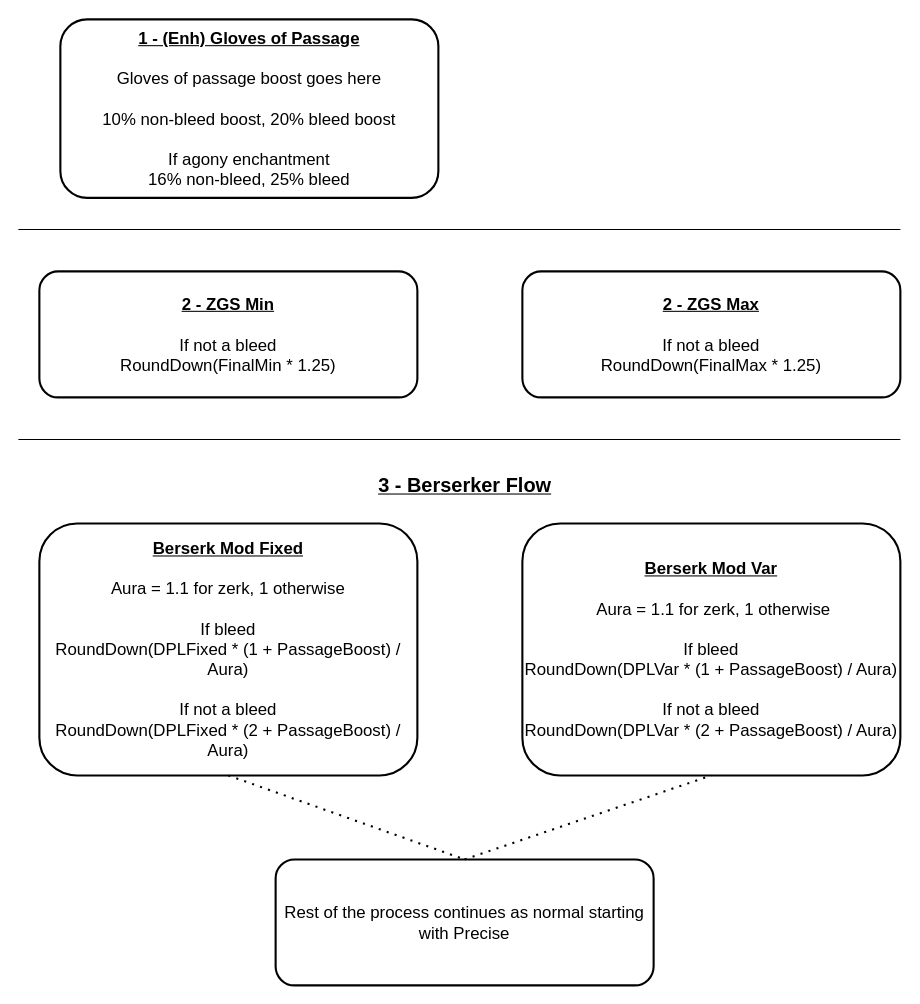
The draw.io diagram page "MeleeSpecifics" (4 of 7) of RS3BossingLogDiagrams/AbilityTab/AbililtyFlowDiagrams.drawio in Xau-Tech/RuneScapeBossLogTool, before the edit. Source tidied: cells renumbered, new cells numbered last; positions are measured from the earlier drawing's top-left corner, leaving out a move shared by most shapes. Both pictures are drawn from the tidied source at 105%, with x=0, y=0 at pixel (18, 19).
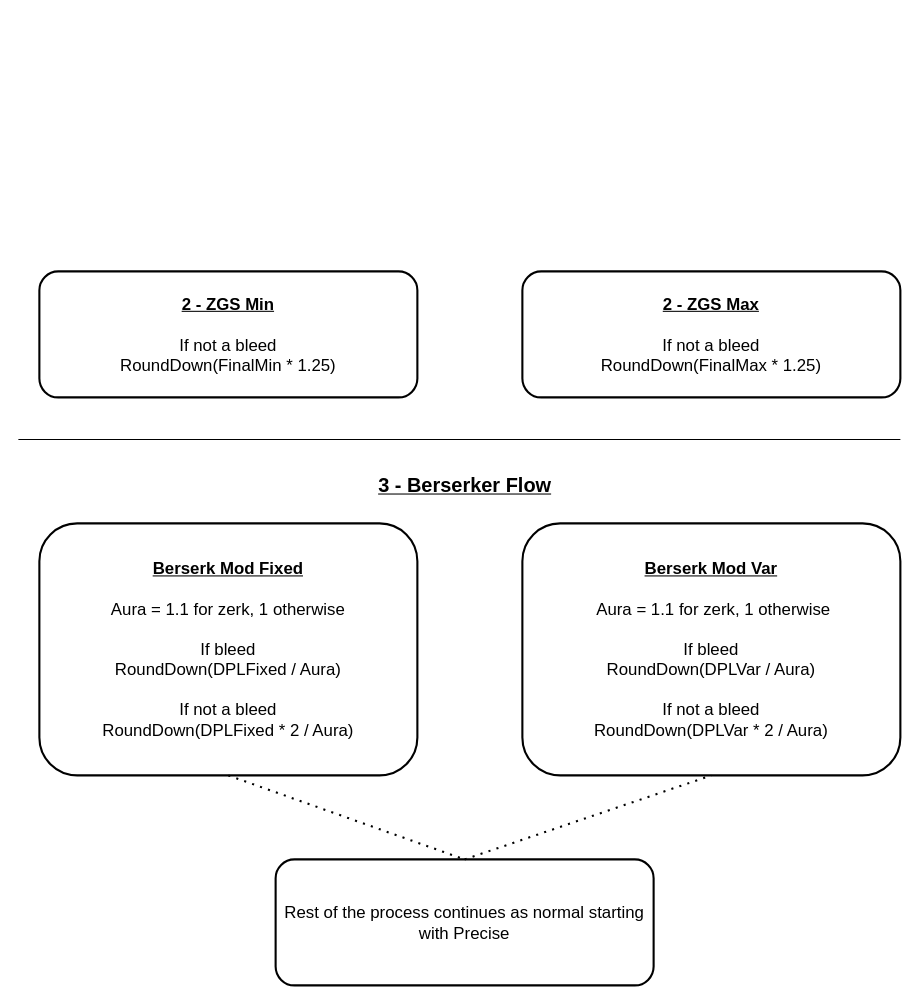
The same diagram, later.

What changed in the source:
```diff
@@
 <mxGraphModel>
   <root>
     <mxCell id="0" />
     <mxCell id="1" parent="0" />
-    <mxCell id="2" value="&lt;u style=&quot;font-weight: bold;&quot;&gt;1 - (Enh) Gloves of Passage&lt;/u&gt;&lt;br&gt;&lt;br&gt;Gloves of passage boost goes here&lt;br&gt;&lt;br&gt;10% non-bleed boost, 20% bleed boost&lt;br&gt;&lt;br&gt;If agony enchantment&lt;br&gt;16% non-bleed, 25% bleed" style="text;html=1;strokeColor=default;fillColor=none;align=center;verticalAlign=middle;whiteSpace=wrap;rounded=1;strokeWidth=2;glass=0;fontSize=16;" parent="1" vertex="1">
-      <mxGeometry x="40" width="360" height="170" as="geometry" />
-    </mxCell>
     <mxCell id="3" value="&lt;u style=&quot;font-weight: bold;&quot;&gt;2 - ZGS Min&lt;/u&gt;&lt;br&gt;&lt;br&gt;If not a bleed&lt;br&gt;RoundDown(FinalMin * 1.25)" style="text;html=1;strokeColor=default;fillColor=none;align=center;verticalAlign=middle;whiteSpace=wrap;rounded=1;strokeWidth=2;glass=0;fontSize=16;" parent="1" vertex="1">
       <mxGeometry x="20" y="240" width="360" height="120" as="geometry" />
     </mxCell>
     <mxCell id="4" value="&lt;u style=&quot;font-weight: bold;&quot;&gt;2 - ZGS Max&lt;/u&gt;&lt;br&gt;&lt;br&gt;If not a bleed&lt;br&gt;RoundDown(FinalMax * 1.25)" style="text;html=1;strokeColor=default;fillColor=none;align=center;verticalAlign=middle;whiteSpace=wrap;rounded=1;strokeWidth=2;glass=0;fontSize=16;" parent="1" vertex="1">
       <mxGeometry x="480" y="240" width="360" height="120" as="geometry" />
     </mxCell>
-    <mxCell id="5" value="&lt;u style=&quot;font-weight: bold;&quot;&gt;Berserk Mod Var&lt;/u&gt;&lt;br&gt;&lt;br&gt;&amp;nbsp;Aura = 1.1 for zerk, 1 otherwise&lt;br&gt;&lt;br&gt;If bleed&lt;br&gt;RoundDown(DPLVar * (1 + PassageBoost) / Aura)&lt;br&gt;&lt;br&gt;If not a bleed&lt;br&gt;RoundDown(DPLVar * (2 + PassageBoost) / Aura)" style="text;html=1;strokeColor=default;fillColor=none;align=center;verticalAlign=middle;whiteSpace=wrap;rounded=1;strokeWidth=2;glass=0;fontSize=16;" parent="1" vertex="1">
+    <mxCell id="5" value="&lt;u style=&quot;font-weight: bold;&quot;&gt;Berserk Mod Var&lt;/u&gt;&lt;br&gt;&lt;br&gt;&amp;nbsp;Aura = 1.1 for zerk, 1 otherwise&lt;br&gt;&lt;br&gt;If bleed&lt;br&gt;RoundDown(DPLVar / Aura)&lt;br&gt;&lt;br&gt;If not a bleed&lt;br&gt;RoundDown(DPLVar * 2 / Aura)" style="text;html=1;strokeColor=default;fillColor=none;align=center;verticalAlign=middle;whiteSpace=wrap;rounded=1;strokeWidth=2;glass=0;fontSize=16;" parent="1" vertex="1">
       <mxGeometry x="480" y="480" width="360" height="240" as="geometry" />
     </mxCell>
-    <mxCell id="6" value="&lt;u style=&quot;font-weight: bold;&quot;&gt;Berserk Mod Fixed&lt;/u&gt;&lt;br&gt;&lt;br&gt;Aura = 1.1 for zerk, 1 otherwise&lt;br&gt;&lt;br&gt;If bleed&lt;br&gt;RoundDown(DPLFixed * (1 + PassageBoost) / Aura)&lt;br&gt;&lt;br&gt;If not a bleed&lt;br&gt;RoundDown(DPLFixed * (2 + PassageBoost) / Aura)" style="text;html=1;strokeColor=default;fillColor=none;align=center;verticalAlign=middle;whiteSpace=wrap;rounded=1;strokeWidth=2;glass=0;fontSize=16;" parent="1" vertex="1">
+    <mxCell id="6" value="&lt;u style=&quot;font-weight: bold;&quot;&gt;Berserk Mod Fixed&lt;/u&gt;&lt;br&gt;&lt;br&gt;Aura = 1.1 for zerk, 1 otherwise&lt;br&gt;&lt;br&gt;If bleed&lt;br&gt;RoundDown(DPLFixed / Aura)&lt;br&gt;&lt;br&gt;If not a bleed&lt;br&gt;RoundDown(DPLFixed * 2 / Aura)" style="text;html=1;strokeColor=default;fillColor=none;align=center;verticalAlign=middle;whiteSpace=wrap;rounded=1;strokeWidth=2;glass=0;fontSize=16;" parent="1" vertex="1">
       <mxGeometry x="20" y="480" width="360" height="240" as="geometry" />
     </mxCell>
-    <mxCell id="7" style="endArrow=none;html=1;rounded=0;" parent="1" edge="1">
-      <mxGeometry relative="1" as="geometry">
-        <mxPoint y="200" as="sourcePoint" />
-        <mxPoint x="840" y="200" as="targetPoint" />
-      </mxGeometry>
-    </mxCell>
     <mxCell id="8" style="endArrow=none;html=1;rounded=0;" parent="1" edge="1">
       <mxGeometry relative="1" as="geometry">
         <mxPoint y="400" as="sourcePoint" />
         <mxPoint x="840" y="400" as="targetPoint" />
       </mxGeometry>
     </mxCell>
     <mxCell id="9" value="3 - Berserker Flow" style="text;html=1;strokeColor=none;fillColor=none;align=center;verticalAlign=middle;whiteSpace=wrap;rounded=0;fontStyle=5;fontSize=19;" parent="1" vertex="1">
       <mxGeometry x="303" y="430" width="245" height="30" as="geometry" />
     </mxCell>
     <mxCell id="10" style="endArrow=none;dashed=1;html=1;dashPattern=1 3;strokeWidth=2;rounded=0;exitX=0.5;exitY=1;exitDx=0;exitDy=0;entryX=0.5;entryY=0;entryDx=0;entryDy=0;" parent="1" edge="1" source="6" target="12">
       <mxGeometry relative="1" as="geometry" />
     </mxCell>
     <mxCell id="11" style="endArrow=none;dashed=1;html=1;dashPattern=1 3;strokeWidth=2;rounded=0;entryX=0.5;entryY=1;entryDx=0;entryDy=0;exitX=0.5;exitY=0;exitDx=0;exitDy=0;" parent="1" edge="1" source="12" target="5">
       <mxGeometry relative="1" as="geometry" />
     </mxCell>
     <mxCell id="12" value="Rest of the process continues as normal starting with Precise" style="text;html=1;strokeColor=default;fillColor=none;align=center;verticalAlign=middle;whiteSpace=wrap;rounded=1;strokeWidth=2;glass=0;fontSize=16;" parent="1" vertex="1">
       <mxGeometry x="245" y="800" width="360" height="120" as="geometry" />
     </mxCell>
   </root>
 </mxGraphModel>
```
